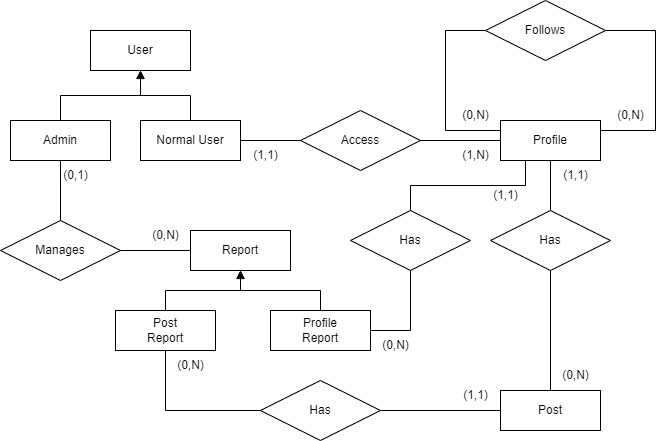
Earlier version of the draw.io export docs/er_social.png (sergiostefanizzi/socialMicroservicesDocs). Source tidied: cells renumbered, new cells last; positions are measured from the earlier drawing's top-left corner, leaving out a move shared by most shapes.
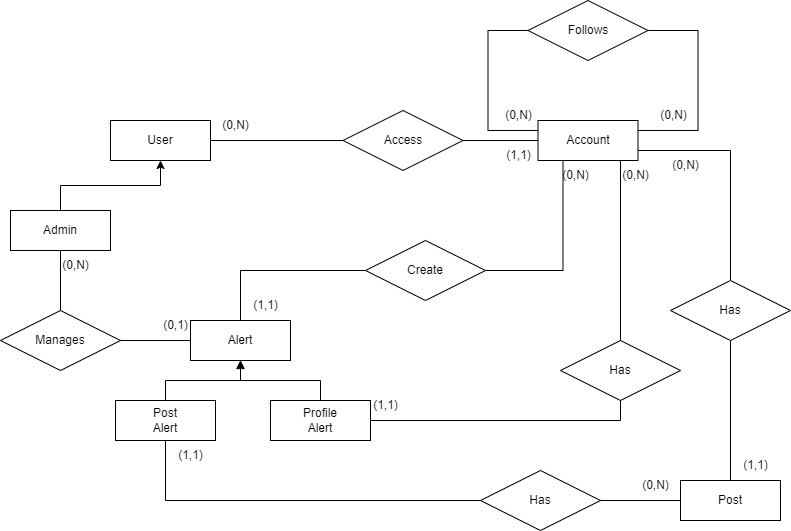
Above is the later version.

Diff of the diagram source:
```diff
@@ -2,88 +2,72 @@
   <root>
     <mxCell id="0" />
     <mxCell id="1" parent="0" />
-    <mxCell id="2" style="edgeStyle=orthogonalEdgeStyle;rounded=0;jettySize=auto;html=1;exitX=1;exitY=0.5;exitDx=0;exitDy=0;entryX=0;entryY=0.5;entryDx=0;entryDy=0;endArrow=none;endFill=0;" parent="1" edge="1" source="5" target="10">
-      <mxGeometry relative="1" as="geometry">
-        <Array as="points">
-          <mxPoint x="210" y="140" />
-          <mxPoint x="290" y="140" />
-        </Array>
-      </mxGeometry>
-    </mxCell>
     <mxCell id="3" style="edgeStyle=orthogonalEdgeStyle;rounded=0;jettySize=auto;html=1;entryX=0;entryY=0.5;entryDx=0;entryDy=0;exitX=0;exitY=0.25;exitDx=0;exitDy=0;endArrow=none;endFill=0;" parent="1" edge="1" source="8" target="20">
       <mxGeometry relative="1" as="geometry">
         <Array as="points">
-          <mxPoint x="445" y="130" />
-          <mxPoint x="445" y="30" />
+          <mxPoint x="487.5" y="40" />
+          <mxPoint x="487.5" y="-60" />
         </Array>
       </mxGeometry>
     </mxCell>
-    <mxCell id="4" style="edgeStyle=orthogonalEdgeStyle;rounded=0;jettySize=auto;html=1;endArrow=block;endFill=0;" parent="1" edge="1" source="5">
-      <mxGeometry relative="1" as="geometry">
-        <mxPoint x="140" y="70" as="targetPoint" />
-      </mxGeometry>
-    </mxCell>
-    <mxCell id="5" value="Normal User" style="whiteSpace=wrap;html=1;align=center;" parent="1" vertex="1">
-      <mxGeometry x="140" y="120" width="100" height="40" as="geometry" />
-    </mxCell>
-    <mxCell id="6" style="edgeStyle=orthogonalEdgeStyle;rounded=0;jettySize=auto;html=1;exitX=0.5;exitY=1;exitDx=0;exitDy=0;entryX=0.5;entryY=0;entryDx=0;entryDy=0;endArrow=none;endFill=0;" parent="1" edge="1" source="8" target="16">
+    <mxCell id="6" style="edgeStyle=orthogonalEdgeStyle;rounded=0;jettySize=auto;html=1;exitX=1;exitY=0.75;exitDx=0;exitDy=0;entryX=0.5;entryY=0;entryDx=0;entryDy=0;endArrow=none;endFill=0;" parent="1" edge="1" source="8" target="16">
       <mxGeometry relative="1" as="geometry" />
     </mxCell>
-    <mxCell id="7" style="edgeStyle=orthogonalEdgeStyle;rounded=0;jettySize=auto;html=1;exitX=0.25;exitY=1;exitDx=0;exitDy=0;endArrow=none;endFill=0;" parent="1" edge="1" source="8" target="39">
-      <mxGeometry relative="1" as="geometry" />
-    </mxCell>
-    <mxCell id="8" value="Profile" style="whiteSpace=wrap;html=1;align=center;" parent="1" vertex="1">
-      <mxGeometry x="500" y="120" width="100" height="40" as="geometry" />
+    <mxCell id="8" value="Account" style="whiteSpace=wrap;html=1;align=center;" parent="1" vertex="1">
+      <mxGeometry x="537.5" y="30" width="100" height="40" as="geometry" />
     </mxCell>
     <mxCell id="9" style="edgeStyle=orthogonalEdgeStyle;rounded=0;jettySize=auto;html=1;exitX=1;exitY=0.5;exitDx=0;exitDy=0;entryX=0;entryY=0.5;entryDx=0;entryDy=0;endArrow=none;endFill=0;" parent="1" edge="1" source="10" target="8">
       <mxGeometry relative="1" as="geometry" />
     </mxCell>
     <mxCell id="10" value="Access" style="shape=rhombus;perimeter=rhombusPerimeter;whiteSpace=wrap;html=1;align=center;" parent="1" vertex="1">
-      <mxGeometry x="300" y="110" width="120" height="60" as="geometry" />
+      <mxGeometry x="342.5" y="20" width="120" height="60" as="geometry" />
     </mxCell>
-    <mxCell id="11" value="(1,N)" style="text;html=1;align=center;verticalAlign=middle;strokeColor=none;fillColor=none;" parent="1" vertex="1">
-      <mxGeometry x="450" y="140" width="50" height="30" as="geometry" />
+    <mxCell id="11" value="(0,N)" style="text;html=1;align=center;verticalAlign=middle;strokeColor=none;fillColor=none;" parent="1" vertex="1">
+      <mxGeometry x="210" y="20" width="50" height="30" as="geometry" />
     </mxCell>
     <mxCell id="12" value="(1,1)" style="text;html=1;align=center;verticalAlign=middle;strokeColor=none;fillColor=none;" parent="1" vertex="1">
-      <mxGeometry x="240" y="140" width="50" height="30" as="geometry" />
+      <mxGeometry x="492.5" y="50" width="50" height="30" as="geometry" />
     </mxCell>
     <mxCell id="13" style="edgeStyle=orthogonalEdgeStyle;rounded=0;jettySize=auto;html=1;exitX=0;exitY=0.5;exitDx=0;exitDy=0;entryX=1;entryY=0.5;entryDx=0;entryDy=0;endArrow=none;endFill=0;" parent="1" edge="1" source="14" target="37">
       <mxGeometry relative="1" as="geometry" />
     </mxCell>
     <mxCell id="14" value="Post" style="whiteSpace=wrap;html=1;align=center;" parent="1" vertex="1">
-      <mxGeometry x="500" y="390" width="100" height="40" as="geometry" />
+      <mxGeometry x="680" y="390" width="100" height="40" as="geometry" />
     </mxCell>
     <mxCell id="15" style="edgeStyle=orthogonalEdgeStyle;rounded=0;jettySize=auto;html=1;exitX=0.5;exitY=1;exitDx=0;exitDy=0;entryX=0.5;entryY=0;entryDx=0;entryDy=0;endArrow=none;endFill=0;" parent="1" edge="1" source="16" target="14">
       <mxGeometry relative="1" as="geometry" />
     </mxCell>
     <mxCell id="16" value="Has" style="shape=rhombus;perimeter=rhombusPerimeter;whiteSpace=wrap;html=1;align=center;" parent="1" vertex="1">
-      <mxGeometry x="490" y="210" width="120" height="60" as="geometry" />
+      <mxGeometry x="670" y="190" width="120" height="60" as="geometry" />
     </mxCell>
     <mxCell id="17" value="(0,N)" style="text;html=1;align=center;verticalAlign=middle;strokeColor=none;fillColor=none;" parent="1" vertex="1">
-      <mxGeometry x="550" y="360" width="50" height="30" as="geometry" />
+      <mxGeometry x="660" y="60" width="50" height="30" as="geometry" />
     </mxCell>
     <mxCell id="18" value="(1,1)" style="text;html=1;align=center;verticalAlign=middle;strokeColor=none;fillColor=none;" parent="1" vertex="1">
-      <mxGeometry x="550" y="160" width="50" height="30" as="geometry" />
+      <mxGeometry x="730" y="360" width="50" height="30" as="geometry" />
     </mxCell>
     <mxCell id="19" style="edgeStyle=orthogonalEdgeStyle;rounded=0;jettySize=auto;html=1;exitX=1;exitY=0.5;exitDx=0;exitDy=0;entryX=1;entryY=0.25;entryDx=0;entryDy=0;endArrow=none;endFill=0;" parent="1" edge="1" source="20" target="8">
       <mxGeometry relative="1" as="geometry">
         <Array as="points">
-          <mxPoint x="655" y="30" />
-          <mxPoint x="655" y="130" />
+          <mxPoint x="697.5" y="-60" />
+          <mxPoint x="697.5" y="40" />
         </Array>
       </mxGeometry>
     </mxCell>
     <mxCell id="20" value="Follows" style="shape=rhombus;perimeter=rhombusPerimeter;whiteSpace=wrap;html=1;align=center;" parent="1" vertex="1">
-      <mxGeometry x="485" width="120" height="60" as="geometry" />
+      <mxGeometry x="527.5" y="-90" width="120" height="60" as="geometry" />
     </mxCell>
     <mxCell id="21" value="(0,N)" style="text;html=1;align=center;verticalAlign=middle;strokeColor=none;fillColor=none;" parent="1" vertex="1">
-      <mxGeometry x="450" y="100" width="50" height="30" as="geometry" />
+      <mxGeometry x="492.5" y="10" width="50" height="30" as="geometry" />
     </mxCell>
     <mxCell id="22" value="(0,N)" style="text;html=1;align=center;verticalAlign=middle;strokeColor=none;fillColor=none;" parent="1" vertex="1">
-      <mxGeometry x="605" y="100" width="50" height="30" as="geometry" />
+      <mxGeometry x="647.5" y="10" width="50" height="30" as="geometry" />
     </mxCell>
+    <mxCell id="44" style="edgeStyle=orthogonalEdgeStyle;rounded=0;jettySize=auto;html=1;entryX=0;entryY=0.5;entryDx=0;entryDy=0;endArrow=none;endFill=0;" parent="1" edge="1" source="23" target="10">
+      <mxGeometry relative="1" as="geometry" />
+    </mxCell>
     <mxCell id="23" value="User" style="whiteSpace=wrap;html=1;align=center;" parent="1" vertex="1">
-      <mxGeometry x="90" y="30" width="100" height="40" as="geometry" />
+      <mxGeometry x="110" y="30" width="100" height="40" as="geometry" />
     </mxCell>
     <mxCell id="24" style="edgeStyle=orthogonalEdgeStyle;rounded=0;jettySize=auto;html=1;entryX=0.5;entryY=1;entryDx=0;entryDy=0;endArrow=classic;endFill=1;" parent="1" edge="1" source="26" target="23">
       <mxGeometry relative="1" as="geometry" />
@@ -94,7 +78,7 @@
     <mxCell id="26" value="Admin" style="whiteSpace=wrap;html=1;align=center;" parent="1" vertex="1">
       <mxGeometry x="10" y="120" width="100" height="40" as="geometry" />
     </mxCell>
-    <mxCell id="27" value="Report" style="whiteSpace=wrap;html=1;align=center;" parent="1" vertex="1">
+    <mxCell id="27" value="Alert" style="whiteSpace=wrap;html=1;align=center;" parent="1" vertex="1">
       <mxGeometry x="190" y="230" width="100" height="40" as="geometry" />
     </mxCell>
     <mxCell id="28" style="edgeStyle=orthogonalEdgeStyle;rounded=0;jettySize=auto;html=1;exitX=1;exitY=0.5;exitDx=0;exitDy=0;endArrow=none;endFill=0;" parent="1" edge="1" source="29" target="27">
@@ -104,15 +88,15 @@
       <mxGeometry y="220" width="120" height="60" as="geometry" />
     </mxCell>
     <mxCell id="30" value="(0,N)" style="text;html=1;align=center;verticalAlign=middle;strokeColor=none;fillColor=none;" parent="1" vertex="1">
-      <mxGeometry x="140" y="220" width="50" height="30" as="geometry" />
+      <mxGeometry x="50" y="160" width="50" height="30" as="geometry" />
     </mxCell>
     <mxCell id="31" value="(0,1)" style="text;html=1;align=center;verticalAlign=middle;strokeColor=none;fillColor=none;" parent="1" vertex="1">
-      <mxGeometry x="50" y="160" width="50" height="30" as="geometry" />
+      <mxGeometry x="150" y="220" width="50" height="30" as="geometry" />
     </mxCell>
     <mxCell id="32" style="edgeStyle=orthogonalEdgeStyle;rounded=0;jettySize=auto;html=1;exitX=0.5;exitY=0;exitDx=0;exitDy=0;entryX=0.5;entryY=1;entryDx=0;entryDy=0;endArrow=block;endFill=0;" parent="1" edge="1" source="33" target="27">
       <mxGeometry relative="1" as="geometry" />
     </mxCell>
-    <mxCell id="33" value="Post&lt;br&gt;Report" style="whiteSpace=wrap;html=1;align=center;" parent="1" vertex="1">
+    <mxCell id="33" value="Post&lt;br&gt;Alert" style="whiteSpace=wrap;html=1;align=center;" parent="1" vertex="1">
       <mxGeometry x="115" y="310" width="100" height="40" as="geometry" />
     </mxCell>
     <mxCell id="34" style="edgeStyle=orthogonalEdgeStyle;rounded=0;jettySize=auto;html=1;exitX=0.5;exitY=0;exitDx=0;exitDy=0;entryX=0.5;entryY=1;entryDx=0;entryDy=0;endArrow=classic;endFill=1;" parent="1" edge="1" source="35" target="27">
@@ -123,32 +107,52 @@
         </Array>
       </mxGeometry>
     </mxCell>
-    <mxCell id="35" value="Profile&lt;br&gt;Report" style="whiteSpace=wrap;html=1;align=center;" parent="1" vertex="1">
+    <mxCell id="35" value="Profile&lt;br&gt;Alert" style="whiteSpace=wrap;html=1;align=center;" parent="1" vertex="1">
       <mxGeometry x="270" y="310" width="100" height="40" as="geometry" />
     </mxCell>
     <mxCell id="36" style="edgeStyle=orthogonalEdgeStyle;rounded=0;jettySize=auto;html=1;exitX=0;exitY=0.5;exitDx=0;exitDy=0;entryX=0.5;entryY=1;entryDx=0;entryDy=0;endArrow=none;endFill=0;" parent="1" edge="1" source="37" target="33">
       <mxGeometry relative="1" as="geometry" />
     </mxCell>
     <mxCell id="37" value="Has" style="shape=rhombus;perimeter=rhombusPerimeter;whiteSpace=wrap;html=1;align=center;" parent="1" vertex="1">
-      <mxGeometry x="260" y="380" width="120" height="60" as="geometry" />
+      <mxGeometry x="480" y="380" width="120" height="60" as="geometry" />
     </mxCell>
     <mxCell id="38" style="edgeStyle=orthogonalEdgeStyle;rounded=0;jettySize=auto;html=1;exitX=0.5;exitY=1;exitDx=0;exitDy=0;entryX=1;entryY=0.5;entryDx=0;entryDy=0;endArrow=none;endFill=0;" parent="1" edge="1" source="39" target="35">
       <mxGeometry relative="1" as="geometry" />
     </mxCell>
+    <mxCell id="45" style="edgeStyle=orthogonalEdgeStyle;rounded=0;jettySize=auto;html=1;endArrow=none;endFill=0;" parent="1" edge="1" source="39">
+      <mxGeometry relative="1" as="geometry">
+        <mxPoint x="620" y="70" as="targetPoint" />
+      </mxGeometry>
+    </mxCell>
     <mxCell id="39" value="Has" style="shape=rhombus;perimeter=rhombusPerimeter;whiteSpace=wrap;html=1;align=center;" parent="1" vertex="1">
-      <mxGeometry x="350" y="210" width="120" height="60" as="geometry" />
+      <mxGeometry x="560" y="250" width="120" height="60" as="geometry" />
     </mxCell>
     <mxCell id="40" value="(0,N)" style="text;html=1;align=center;verticalAlign=middle;strokeColor=none;fillColor=none;" parent="1" vertex="1">
-      <mxGeometry x="165" y="350" width="50" height="30" as="geometry" />
+      <mxGeometry x="630" y="380" width="50" height="30" as="geometry" />
     </mxCell>
     <mxCell id="41" value="(1,1)" style="text;html=1;align=center;verticalAlign=middle;strokeColor=none;fillColor=none;" parent="1" vertex="1">
-      <mxGeometry x="450" y="380" width="50" height="30" as="geometry" />
+      <mxGeometry x="165" y="350" width="50" height="30" as="geometry" />
     </mxCell>
     <mxCell id="42" value="(0,N)" style="text;html=1;align=center;verticalAlign=middle;strokeColor=none;fillColor=none;" parent="1" vertex="1">
-      <mxGeometry x="370" y="330" width="50" height="30" as="geometry" />
+      <mxGeometry x="610" y="70" width="50" height="30" as="geometry" />
     </mxCell>
-    <mxCell id="43" value="(1,1)" style="text;html=1;align=center;verticalAlign=middle;strokeColor=none;fillColor=none;" parent="1" vertex="1">
-      <mxGeometry x="480" y="180" width="50" height="30" as="geometry" />
+    <mxCell id="43" value="(1,1)" style="text;html=1;align=center;verticalAlign=middle;strokeColor=none;fillColor=none;rotation=0;" parent="1" vertex="1">
+      <mxGeometry x="360" y="300" width="50" height="30" as="geometry" />
     </mxCell>
+    <mxCell id="46" style="edgeStyle=orthogonalEdgeStyle;rounded=0;jettySize=auto;html=1;exitX=0;exitY=0.5;exitDx=0;exitDy=0;entryX=0.5;entryY=0;entryDx=0;entryDy=0;endArrow=none;endFill=0;" parent="1" edge="1" source="48" target="27">
+      <mxGeometry relative="1" as="geometry" />
+    </mxCell>
+    <mxCell id="47" style="edgeStyle=orthogonalEdgeStyle;rounded=0;jettySize=auto;html=1;endArrow=none;endFill=0;entryX=0.25;entryY=1;entryDx=0;entryDy=0;" parent="1" edge="1" source="48" target="8">
+      <mxGeometry relative="1" as="geometry" />
+    </mxCell>
+    <mxCell id="48" value="Create" style="shape=rhombus;perimeter=rhombusPerimeter;whiteSpace=wrap;html=1;align=center;" parent="1" vertex="1">
+      <mxGeometry x="365" y="150" width="120" height="60" as="geometry" />
+    </mxCell>
+    <mxCell id="49" value="(0,N)" style="text;html=1;align=center;verticalAlign=middle;strokeColor=none;fillColor=none;" parent="1" vertex="1">
+      <mxGeometry x="550" y="70" width="50" height="30" as="geometry" />
+    </mxCell>
+    <mxCell id="50" value="(1,1)" style="text;html=1;align=center;verticalAlign=middle;strokeColor=none;fillColor=none;" parent="1" vertex="1">
+      <mxGeometry x="240" y="200" width="50" height="30" as="geometry" />
+    </mxCell>
   </root>
 </mxGraphModel>
```
